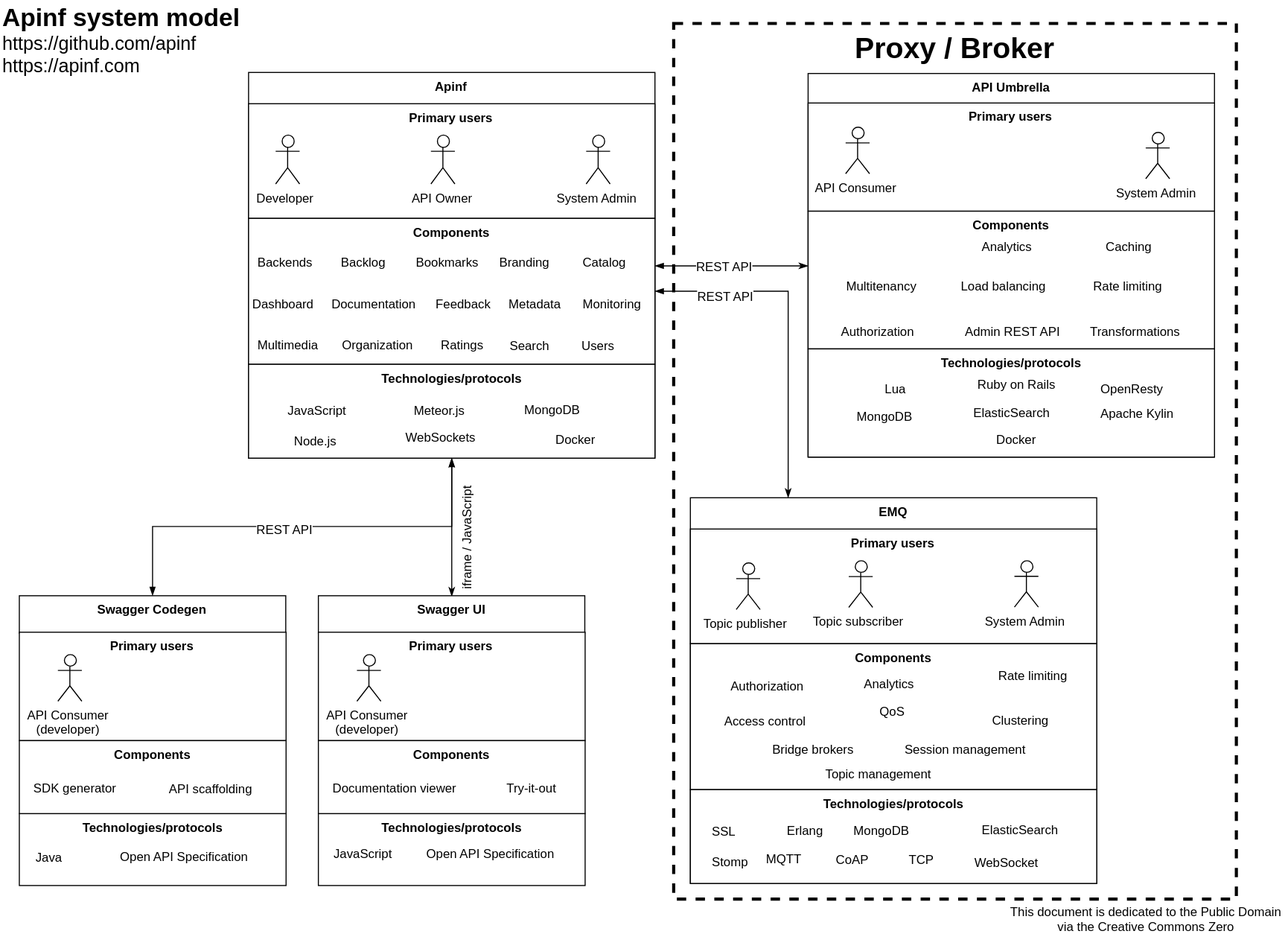
The draw.io diagram docs/develop/Architecture/Apinf-systemModel.svg in apinf/docs, before a commit. Source tidied: cells renumbered, new cells last; positions are measured from the earlier drawing's top-left corner, leaving out a move shared by most shapes.
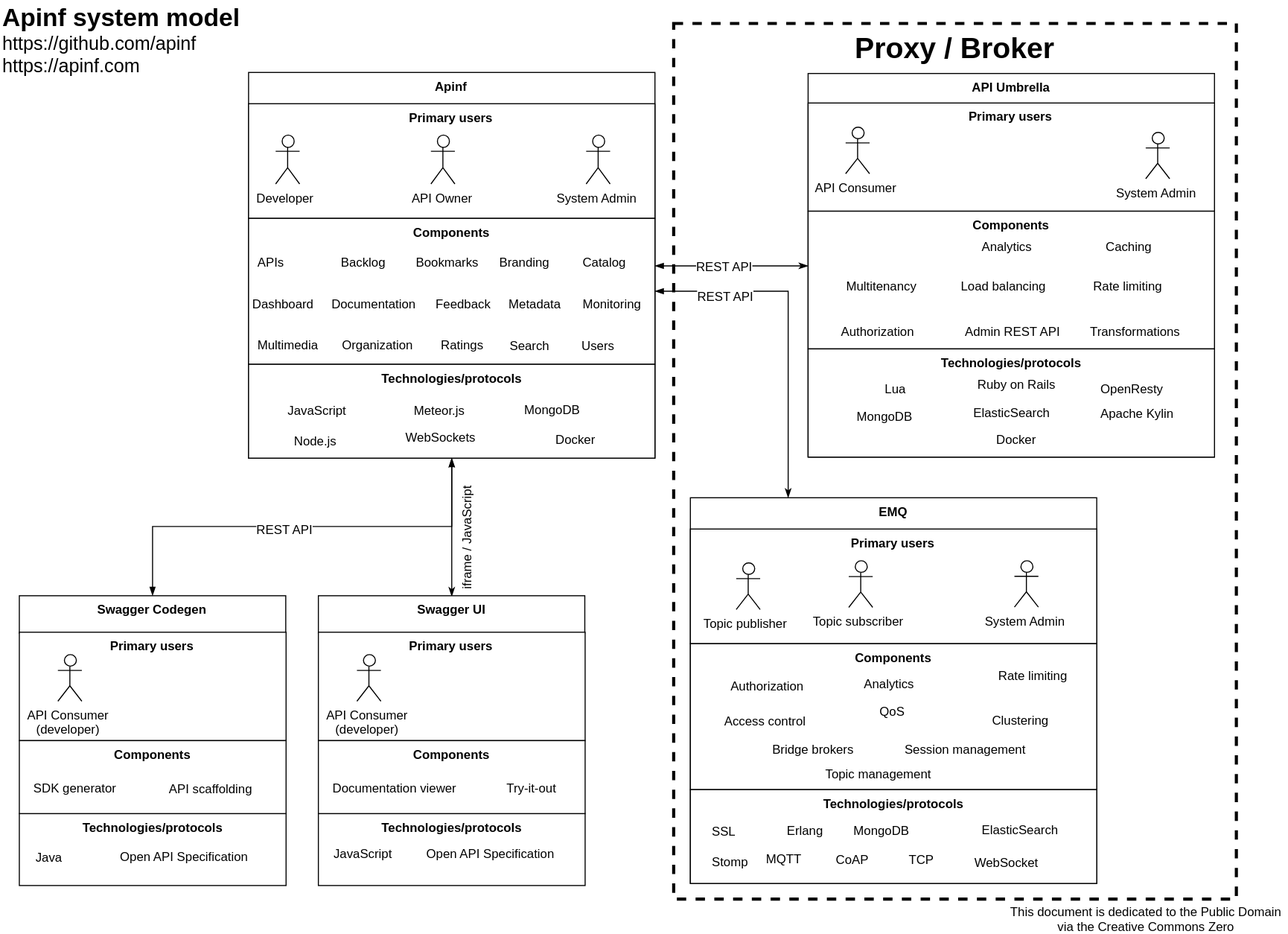
Later version of the same file.

Commit message:
Change 'Backennds' to 'APIs'

The edit, as a diff of the source:
```diff
@@ -23,8 +23,8 @@
     <mxCell id="8" value="&lt;b&gt;Components&lt;/b&gt;" style="whiteSpace=wrap;html=1;rounded=0;shadow=0;glass=0;comic=0;strokeColor=#000000;align=center;verticalAlign=top;" parent="2" vertex="1">
       <mxGeometry y="140" width="390" height="140" as="geometry" />
     </mxCell>
-    <mxCell id="9" value="Backends" style="text;html=1;align=left;verticalAlign=top;spacingTop=-4;" parent="2" vertex="1">
-      <mxGeometry x="7" y="173" width="70" height="20" as="geometry" />
+    <mxCell id="9" value="APIs" style="text;html=1;align=left;verticalAlign=top;spacingTop=-4;" parent="2" vertex="1">
+      <mxGeometry x="7" y="173" width="40" height="20" as="geometry" />
     </mxCell>
     <mxCell id="10" value="Backlog" style="text;html=1;align=left;verticalAlign=top;spacingTop=-4;" parent="2" vertex="1">
       <mxGeometry x="87" y="173" width="60" height="20" as="geometry" />
```
